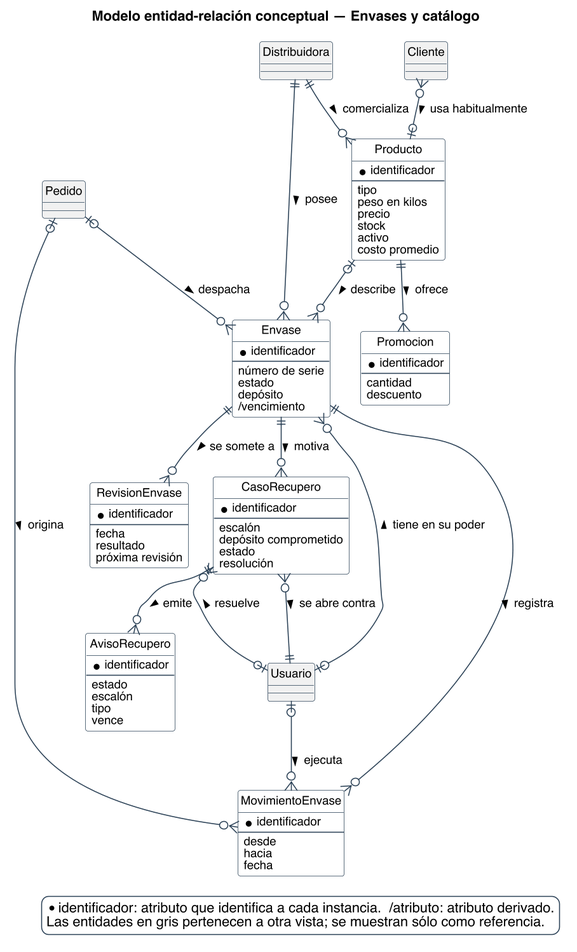
The PlantUML diagram diagramas/base-de-datos/conceptual/SPLG-der-05-envases-y-catalogo.png in Nahuelito-Dev/splg-docs, before a commit.
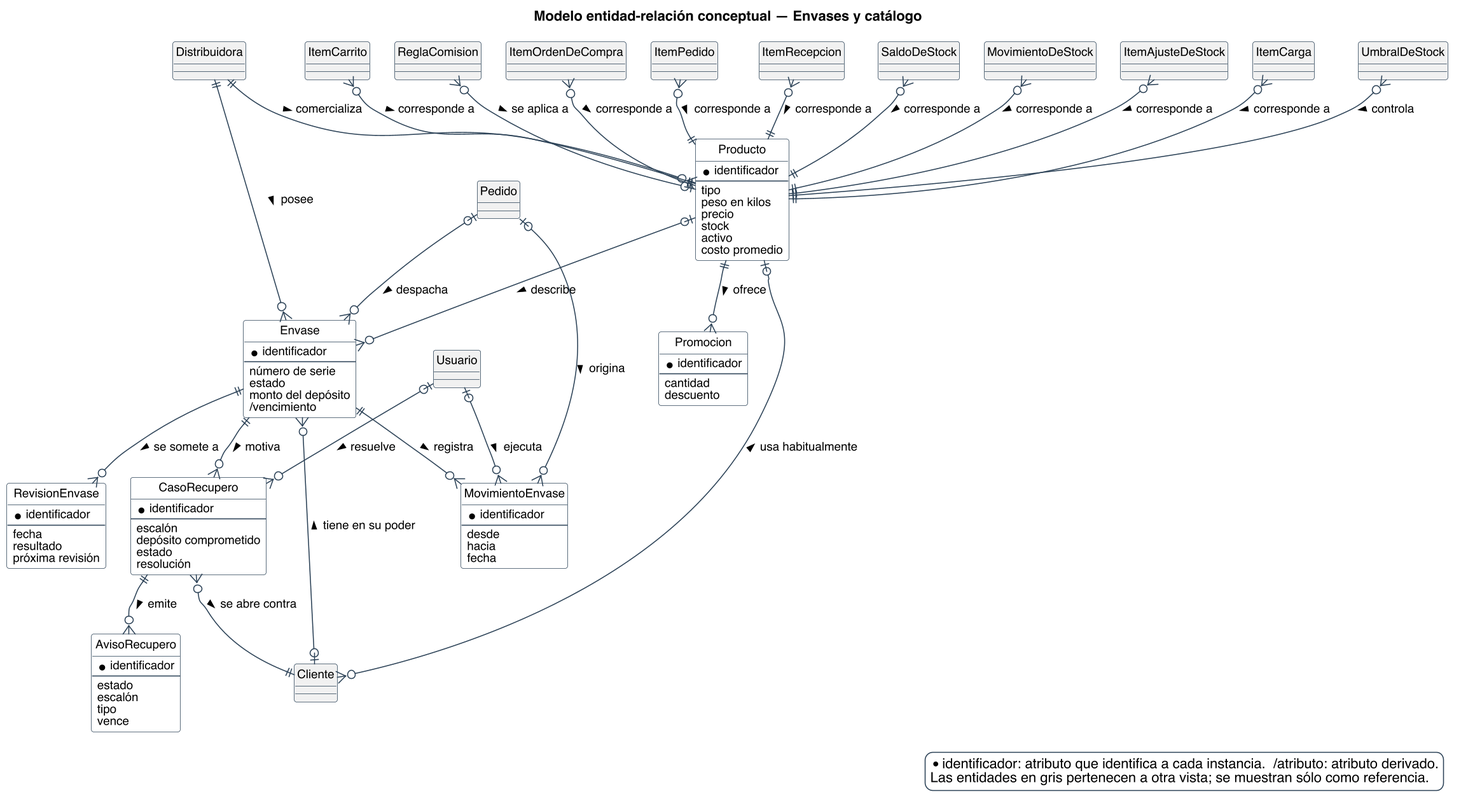
The same diagram one commit later.

The edit, as a diff of the source:
```diff
@@ -53,7 +53,7 @@
   --
   {field} número de serie
   {field} estado
-  {field} depósito
+  {field} monto del depósito
   {field} /vencimiento
 }
 entity MovimientoEnvase {
@@ -94,21 +94,51 @@
 }
 entity Distribuidora #F1F1F1 {
 }
+entity UmbralDeStock #F1F1F1 {
+}
+entity ItemCarrito #F1F1F1 {
+}
+entity ReglaComision #F1F1F1 {
+}
+entity ItemOrdenDeCompra #F1F1F1 {
+}
+entity ItemPedido #F1F1F1 {
+}
+entity ItemRecepcion #F1F1F1 {
+}
+entity SaldoDeStock #F1F1F1 {
+}
+entity MovimientoDeStock #F1F1F1 {
+}
+entity ItemAjusteDeStock #F1F1F1 {
+}
+entity ItemCarga #F1F1F1 {
+}
 
 Distribuidora ||--o{ Producto : comercializa >
 Cliente }o--o| Producto : usa habitualmente >
 Producto ||--o{ Promocion : ofrece >
-Usuario |o--o{ Envase : tiene en su poder >
+UmbralDeStock }o--|| Producto : controla >
+ItemCarrito }o--|| Producto : corresponde a >
+ReglaComision }o--o| Producto : se aplica a >
+ItemOrdenDeCompra }o--|| Producto : corresponde a >
+Cliente |o--o{ Envase : tiene en su poder >
 Pedido |o--o{ Envase : despacha >
 Distribuidora ||--o{ Envase : posee >
 Producto |o--o{ Envase : describe >
+ItemPedido }o--|| Producto : corresponde a >
+ItemRecepcion }o--|| Producto : corresponde a >
+SaldoDeStock }o--|| Producto : corresponde a >
+MovimientoDeStock }o--|| Producto : corresponde a >
 Envase ||--o{ RevisionEnvase : se somete a >
 Usuario |o--o{ MovimientoEnvase : ejecuta >
 Envase ||--o{ MovimientoEnvase : registra >
 Pedido |o--o{ MovimientoEnvase : origina >
 Envase ||--o{ CasoRecupero : motiva >
 Usuario |o--o{ CasoRecupero : resuelve >
-CasoRecupero }o--|| Usuario : se abre contra >
+CasoRecupero }o--|| Cliente : se abre contra >
+ItemAjusteDeStock }o--|| Producto : corresponde a >
+ItemCarga }o--|| Producto : corresponde a >
 CasoRecupero ||--o{ AvisoRecupero : emite >
 
 legend bottom right
```
